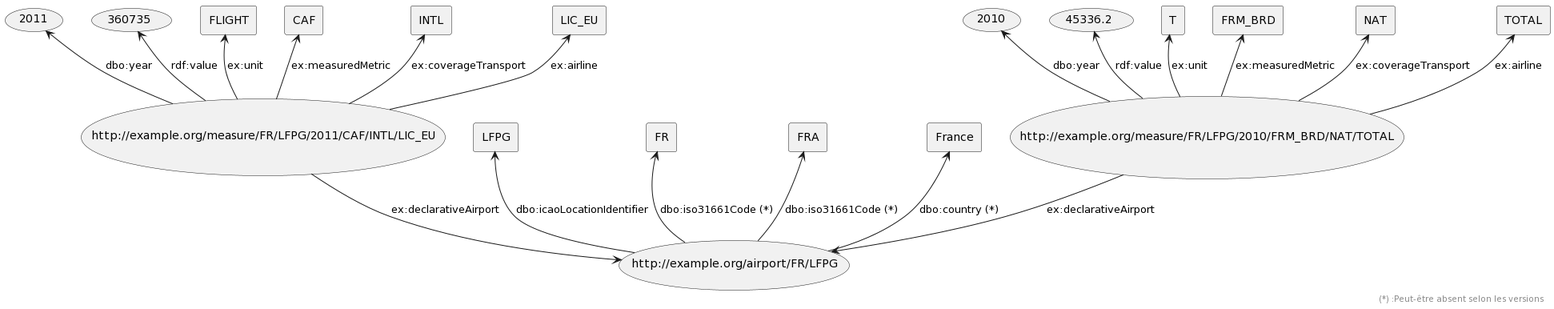
The PlantUML diagram dataset_diagram_exemple.png in QGdev/M1S1-SemanticProject, before a commit.
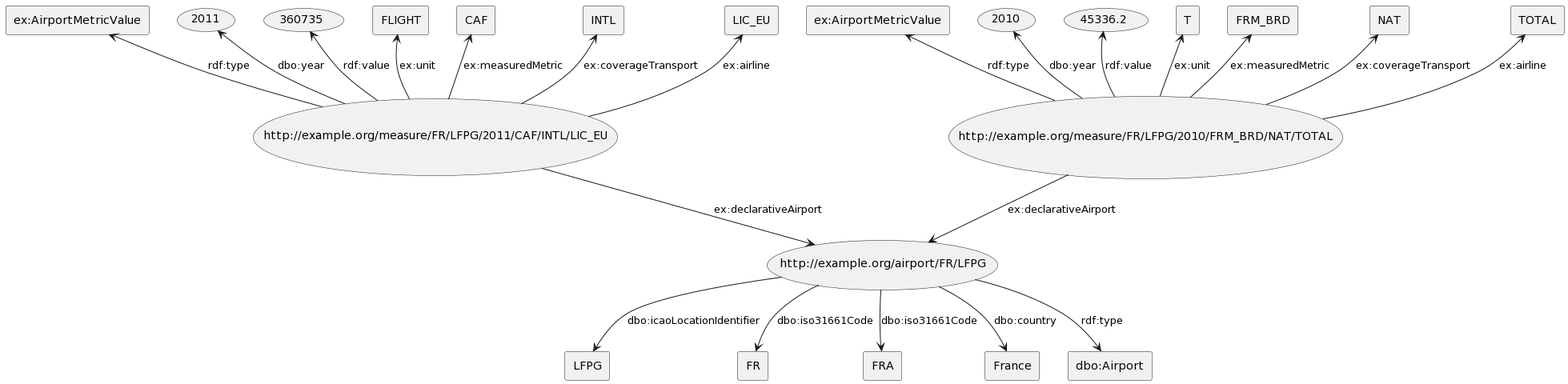
After the change.

Diff of the diagram source:
```diff
@@ -1,34 +1,38 @@
 @startuml
 skinparam componentStyle rectangle
 
-    circle (http://example.org/airport/FR/LFPG)
+        circle (http://example.org/airport/FR/LFPG)
 
-    [LFPG] <-- (http://example.org/airport/FR/LFPG) : "dbo:icaoLocationIdentifier"
-    [FR] <-- (http://example.org/airport/FR/LFPG) : "dbo:iso31661Code (*)"
-    [FRA] <-- (http://example.org/airport/FR/LFPG) : "dbo:iso31661Code (*)"
-    [France] <-- (http://example.org/airport/FR/LFPG) : "dbo:country (*)"
+        [LFPG] <-u- (http://example.org/airport/FR/LFPG) : "dbo:icaoLocationIdentifier"
+        [FR] <-u- (http://example.org/airport/FR/LFPG) : "dbo:iso31661Code"
+        [FRA] <-u- (http://example.org/airport/FR/LFPG) : "dbo:iso31661Code"
+        [France] <-u- (http://example.org/airport/FR/LFPG) : "dbo:country"
+        [dbo:Airport] <-u- (http://example.org/airport/FR/LFPG) : "rdf:type"
 
-    circle (http://example.org/measure/FR/LFPG/2011/CAF/INTL/LIC_EU)
+        circle (http://example.org/measure/FR/LFPG/2011/CAF/INTL/LIC_EU)
 
-    (2011) <-- (http://example.org/measure/FR/LFPG/2011/CAF/INTL/LIC_EU) : "dbo:year"
-    (360735) <-- (http://example.org/measure/FR/LFPG/2011/CAF/INTL/LIC_EU) : "rdf:value"
-    [FLIGHT] <-- (http://example.org/measure/FR/LFPG/2011/CAF/INTL/LIC_EU) : "ex:unit"
-    [CAF] <-- (http://example.org/measure/FR/LFPG/2011/CAF/INTL/LIC_EU) : "ex:measuredMetric"
-    [INTL] <-- (http://example.org/measure/FR/LFPG/2011/CAF/INTL/LIC_EU) : "ex:coverageTransport"
-    [LIC_EU] <-- (http://example.org/measure/FR/LFPG/2011/CAF/INTL/LIC_EU) : "ex:airline"
-
-    circle (http://example.org/measure/FR/LFPG/2010/FRM_BRD/NAT/TOTAL)
-
-    (2010) <-- (http://example.org/measure/FR/LFPG/2010/FRM_BRD/NAT/TOTAL) : "dbo:year"
-    (45336.2) <-d- (http://example.org/measure/FR/LFPG/2010/FRM_BRD/NAT/TOTAL) : "rdf:value"
-    [T] <-- (http://example.org/measure/FR/LFPG/2010/FRM_BRD/NAT/TOTAL) : "ex:unit"
-    [FRM_BRD] <-- (http://example.org/measure/FR/LFPG/2010/FRM_BRD/NAT/TOTAL) : "ex:measuredMetric"
-    [NAT] <-- (http://example.org/measure/FR/LFPG/2010/FRM_BRD/NAT/TOTAL) : "ex:coverageTransport"
-    [TOTAL] <-- (http://example.org/measure/FR/LFPG/2010/FRM_BRD/NAT/TOTAL) : "ex:airline"
+        [ex:AirportMetricValue] as type1
+        type1 <-- (http://example.org/measure/FR/LFPG/2011/CAF/INTL/LIC_EU) : "rdf:type"
+        (2011) <-- (http://example.org/measure/FR/LFPG/2011/CAF/INTL/LIC_EU) : "dbo:year"
+        (360735) <-- (http://example.org/measure/FR/LFPG/2011/CAF/INTL/LIC_EU) : "rdf:value"
+        [FLIGHT] <-- (http://example.org/measure/FR/LFPG/2011/CAF/INTL/LIC_EU) : "ex:unit"
+        [CAF] <-- (http://example.org/measure/FR/LFPG/2011/CAF/INTL/LIC_EU) : "ex:measuredMetric"
+        [INTL] <-- (http://example.org/measure/FR/LFPG/2011/CAF/INTL/LIC_EU) : "ex:coverageTransport"
+        [LIC_EU] <-- (http://example.org/measure/FR/LFPG/2011/CAF/INTL/LIC_EU) : "ex:airline"
 
 
-    (http://example.org/airport/FR/LFPG) <-up- (http://example.org/measure/FR/LFPG/2011/CAF/INTL/LIC_EU) : "ex:declarativeAirport"
-    (http://example.org/airport/FR/LFPG) <-up- (http://example.org/measure/FR/LFPG/2010/FRM_BRD/NAT/TOTAL) : "ex:declarativeAirport"
+        circle (http://example.org/measure/FR/LFPG/2010/FRM_BRD/NAT/TOTAL)
 
-right footer "(*) :Peut-être absent selon les versions"
+
+        [ex:AirportMetricValue] as type2
+        type2 <-- (http://example.org/measure/FR/LFPG/2010/FRM_BRD/NAT/TOTAL) : "rdf:type"
+        (2010) <-- (http://example.org/measure/FR/LFPG/2010/FRM_BRD/NAT/TOTAL) : "dbo:year"
+        (45336.2) <-d- (http://example.org/measure/FR/LFPG/2010/FRM_BRD/NAT/TOTAL) : "rdf:value"
+        [T] <-- (http://example.org/measure/FR/LFPG/2010/FRM_BRD/NAT/TOTAL) : "ex:unit"
+        [FRM_BRD] <-- (http://example.org/measure/FR/LFPG/2010/FRM_BRD/NAT/TOTAL) : "ex:measuredMetric"
+        [NAT] <-- (http://example.org/measure/FR/LFPG/2010/FRM_BRD/NAT/TOTAL) : "ex:coverageTransport"
+        [TOTAL] <-- (http://example.org/measure/FR/LFPG/2010/FRM_BRD/NAT/TOTAL) : "ex:airline"
+
+        (http://example.org/airport/FR/LFPG) <-up- (http://example.org/measure/FR/LFPG/2011/CAF/INTL/LIC_EU) : "ex:declarativeAirport"
+        (http://example.org/airport/FR/LFPG) <-up- (http://example.org/measure/FR/LFPG/2010/FRM_BRD/NAT/TOTAL) : "ex:declarativeAirport"
 @enduml
```
